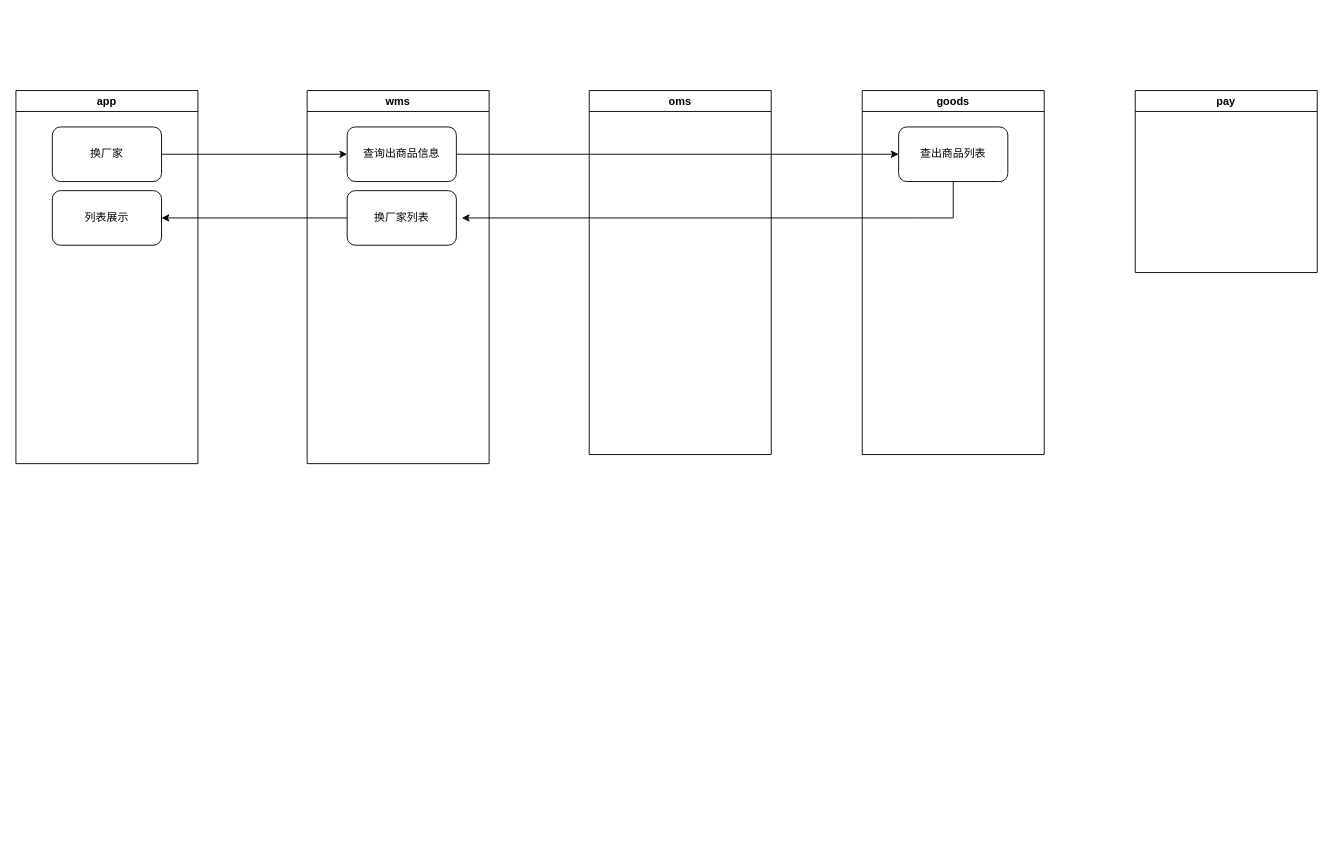
The draw.io diagram 一货多供.drawio in bian0814/draw.io, before the edit. Source tidied: cells renumbered, new cells numbered last; positions are measured from the earlier drawing's top-left corner, leaving out a move shared by most shapes. Both pictures are drawn from the tidied source at 91%, with x=0, y=0 at pixel (15, 90).
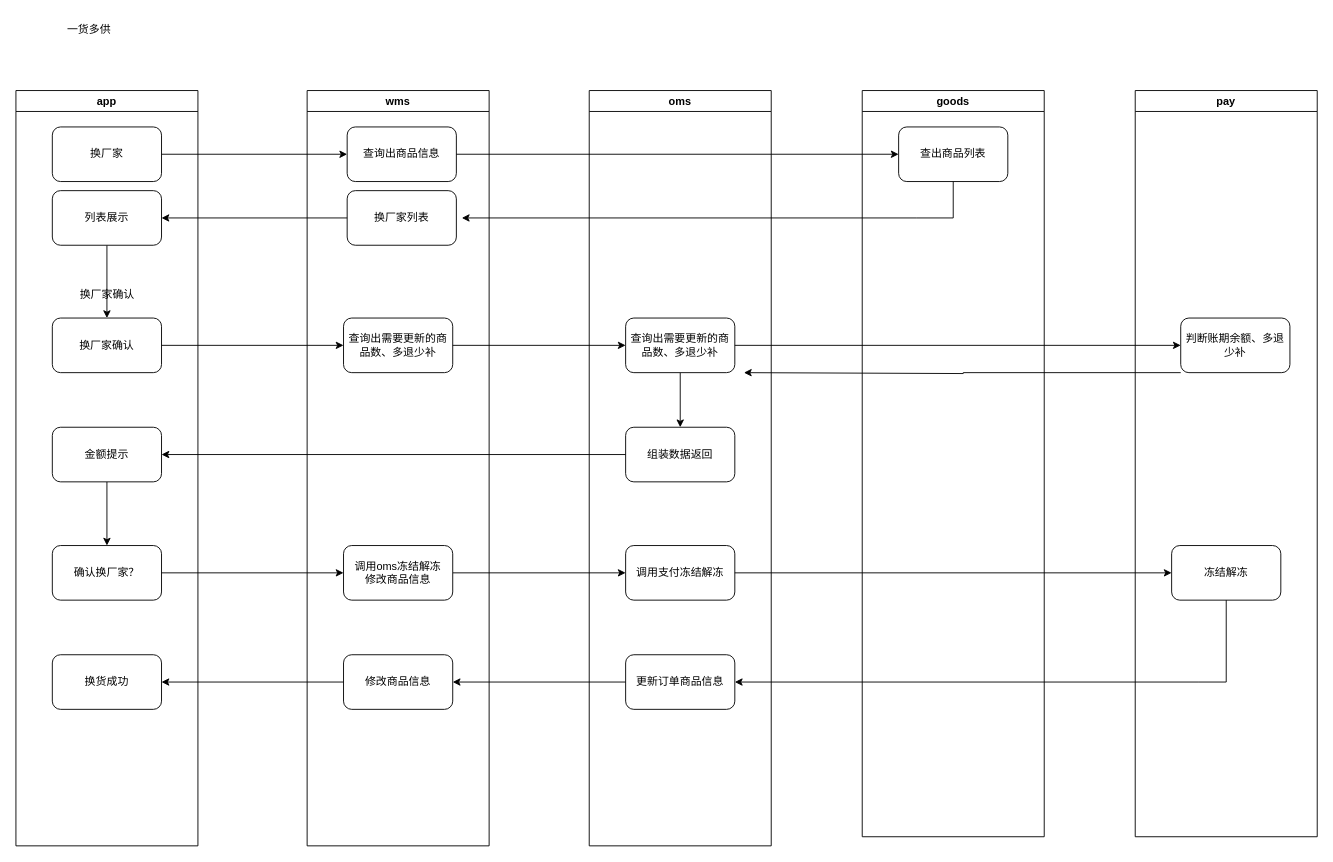
The same page after the edit.

Commit message:
更新一货多供.drawio

Unchanged cells that the change refers to:
```xml
<mxCell id="4" value="列表展示" style="whiteSpace=wrap;html=1;rounded=1;" parent="2" vertex="1">
  <mxGeometry x="40" y="110" width="120" height="60" as="geometry" />
</mxCell>
```

The edit, as a diff of the source:
```diff
@@
     <mxCell id="2" value="app" style="swimlane;startSize=23;" parent="1" vertex="1">
-      <mxGeometry width="200" height="410" as="geometry" />
+      <mxGeometry width="200" height="830" as="geometry" />
     </mxCell>
@@
+    <mxCell id="16" style="edgeStyle=orthogonalEdgeStyle;rounded=0;jettySize=auto;html=1;" parent="2" edge="1" source="4" target="17">
+      <mxGeometry relative="1" as="geometry" />
+    </mxCell>
@@
+    <mxCell id="17" value="换厂家确认" style="rounded=1;whiteSpace=wrap;html=1;" parent="2" vertex="1">
+      <mxGeometry x="40" y="250" width="120" height="60" as="geometry" />
+    </mxCell>
+    <mxCell id="18" value="换厂家确认" style="text;html=1;align=center;verticalAlign=middle;strokeColor=none;fillColor=none;" parent="2" vertex="1">
+      <mxGeometry x="60" y="210" width="80" height="30" as="geometry" />
+    </mxCell>
+    <mxCell id="19" style="edgeStyle=orthogonalEdgeStyle;rounded=0;jettySize=auto;html=1;" parent="2" edge="1" source="20" target="21">
+      <mxGeometry relative="1" as="geometry" />
+    </mxCell>
+    <mxCell id="20" value="金额提示" style="whiteSpace=wrap;html=1;rounded=1;" parent="2" vertex="1">
+      <mxGeometry x="40" y="370" width="120" height="60" as="geometry" />
+    </mxCell>
+    <mxCell id="21" value="确认换厂家？" style="rounded=1;whiteSpace=wrap;html=1;" parent="2" vertex="1">
+      <mxGeometry x="40" y="500" width="120" height="60" as="geometry" />
+    </mxCell>
+    <mxCell id="22" value="换货成功" style="whiteSpace=wrap;html=1;rounded=1;" parent="2" vertex="1">
+      <mxGeometry x="40" y="620" width="120" height="60" as="geometry" />
+    </mxCell>
     <mxCell id="5" value="wms" style="swimlane;" parent="1" vertex="1">
-      <mxGeometry x="320" width="200" height="410" as="geometry" />
+      <mxGeometry x="320" width="200" height="830" as="geometry" />
     </mxCell>
@@
+    <mxCell id="23" value="查询出需要更新的商品数、多退少补" style="whiteSpace=wrap;html=1;rounded=1;" parent="5" vertex="1">
+      <mxGeometry x="40" y="250" width="120" height="60" as="geometry" />
+    </mxCell>
+    <mxCell id="24" value="修改商品信息" style="whiteSpace=wrap;html=1;rounded=1;" parent="5" vertex="1">
+      <mxGeometry x="40" y="620" width="120" height="60" as="geometry" />
+    </mxCell>
     <mxCell id="8" value="oms" style="swimlane;" parent="1" vertex="1">
-      <mxGeometry x="630" width="200" height="400" as="geometry" />
+      <mxGeometry x="630" width="200" height="830" as="geometry" />
     </mxCell>
+    <mxCell id="25" style="edgeStyle=orthogonalEdgeStyle;rounded=0;jettySize=auto;html=1;entryX=0.5;entryY=0;entryDx=0;entryDy=0;" parent="8" edge="1" source="26" target="27">
+      <mxGeometry relative="1" as="geometry" />
+    </mxCell>
+    <mxCell id="26" value="查询出需要更新的商品数、多退少补" style="whiteSpace=wrap;html=1;rounded=1;" parent="8" vertex="1">
+      <mxGeometry x="40" y="250" width="120" height="60" as="geometry" />
+    </mxCell>
+    <mxCell id="27" value="组装数据返回" style="whiteSpace=wrap;html=1;rounded=1;" parent="8" vertex="1">
+      <mxGeometry x="40" y="370" width="120" height="60" as="geometry" />
+    </mxCell>
+    <mxCell id="28" value="调用支付冻结解冻" style="whiteSpace=wrap;html=1;rounded=1;" parent="8" vertex="1">
+      <mxGeometry x="40" y="500" width="120" height="60" as="geometry" />
+    </mxCell>
+    <mxCell id="29" value="更新订单商品信息" style="whiteSpace=wrap;html=1;rounded=1;" parent="8" vertex="1">
+      <mxGeometry x="40" y="620" width="120" height="60" as="geometry" />
+    </mxCell>
     <mxCell id="9" value="goods" style="swimlane;" parent="1" vertex="1">
-      <mxGeometry x="930" width="200" height="400" as="geometry" />
+      <mxGeometry x="930" width="200" height="820" as="geometry" />
     </mxCell>
@@
     <mxCell id="11" value="pay" style="swimlane;startSize=23;" parent="1" vertex="1">
-      <mxGeometry x="1230" width="200" height="200" as="geometry" />
+      <mxGeometry x="1230" width="200" height="820" as="geometry" />
     </mxCell>
+    <mxCell id="30" style="edgeStyle=orthogonalEdgeStyle;rounded=0;jettySize=auto;html=1;exitX=0;exitY=1;exitDx=0;exitDy=0;" parent="11" edge="1" source="31">
+      <mxGeometry relative="1" as="geometry">
+        <mxPoint x="-430" y="310" as="targetPoint" />
+        <Array as="points">
+          <mxPoint x="-189" y="310" />
+          <mxPoint x="-189" y="311" />
+        </Array>
+      </mxGeometry>
+    </mxCell>
+    <mxCell id="31" value="判断账期余额、多退少补" style="whiteSpace=wrap;html=1;rounded=1;" parent="11" vertex="1">
+      <mxGeometry x="50" y="250" width="120" height="60" as="geometry" />
+    </mxCell>
+    <mxCell id="32" value="冻结解冻" style="whiteSpace=wrap;html=1;rounded=1;" parent="11" vertex="1">
+      <mxGeometry x="40" y="500" width="120" height="60" as="geometry" />
+    </mxCell>
@@
+    <mxCell id="33" value="一货多供" style="text;html=1;align=center;verticalAlign=middle;strokeColor=none;fillColor=none;" parent="1" vertex="1">
+      <mxGeometry x="45" y="-82" width="70" height="30" as="geometry" />
+    </mxCell>
+    <mxCell id="34" style="edgeStyle=orthogonalEdgeStyle;rounded=0;jettySize=auto;html=1;" parent="1" edge="1" source="26" target="31">
+      <mxGeometry relative="1" as="geometry" />
+    </mxCell>
+    <mxCell id="35" style="edgeStyle=orthogonalEdgeStyle;rounded=0;jettySize=auto;html=1;" parent="1" edge="1" source="27" target="20">
+      <mxGeometry relative="1" as="geometry" />
+    </mxCell>
+    <mxCell id="36" style="edgeStyle=orthogonalEdgeStyle;rounded=0;jettySize=auto;html=1;" parent="1" edge="1" source="28" target="32">
+      <mxGeometry relative="1" as="geometry" />
+    </mxCell>
+    <mxCell id="37" style="edgeStyle=orthogonalEdgeStyle;rounded=0;jettySize=auto;html=1;" parent="1" edge="1" source="32" target="29">
+      <mxGeometry relative="1" as="geometry">
+        <Array as="points">
+          <mxPoint x="1330" y="650" />
+          <mxPoint x="1300" y="650" />
+        </Array>
+      </mxGeometry>
+    </mxCell>
+    <mxCell id="38" style="edgeStyle=orthogonalEdgeStyle;rounded=0;jettySize=auto;html=1;entryX=0;entryY=0.5;entryDx=0;entryDy=0;" parent="1" edge="1" source="17" target="23">
+      <mxGeometry relative="1" as="geometry" />
+    </mxCell>
+    <mxCell id="39" style="edgeStyle=orthogonalEdgeStyle;rounded=0;jettySize=auto;html=1;entryX=0;entryY=0.5;entryDx=0;entryDy=0;" parent="1" edge="1" source="23" target="26">
+      <mxGeometry relative="1" as="geometry" />
+    </mxCell>
+    <mxCell id="40" style="edgeStyle=orthogonalEdgeStyle;rounded=0;jettySize=auto;html=1;entryX=0;entryY=0.5;entryDx=0;entryDy=0;" parent="1" edge="1" source="41" target="28">
+      <mxGeometry relative="1" as="geometry" />
+    </mxCell>
+    <mxCell id="41" value="调用oms冻结解冻&lt;br&gt;修改商品信息" style="rounded=1;whiteSpace=wrap;html=1;" parent="1" vertex="1">
+      <mxGeometry x="360" y="500" width="120" height="60" as="geometry" />
+    </mxCell>
+    <mxCell id="42" style="edgeStyle=orthogonalEdgeStyle;rounded=0;jettySize=auto;html=1;entryX=0;entryY=0.5;entryDx=0;entryDy=0;" parent="1" edge="1" source="21" target="41">
+      <mxGeometry relative="1" as="geometry" />
+    </mxCell>
+    <mxCell id="43" style="edgeStyle=orthogonalEdgeStyle;rounded=0;jettySize=auto;html=1;" parent="1" edge="1" source="29" target="24">
+      <mxGeometry relative="1" as="geometry" />
+    </mxCell>
+    <mxCell id="44" style="edgeStyle=orthogonalEdgeStyle;rounded=0;jettySize=auto;html=1;" parent="1" edge="1" source="24" target="22">
+      <mxGeometry relative="1" as="geometry" />
+    </mxCell>
```
